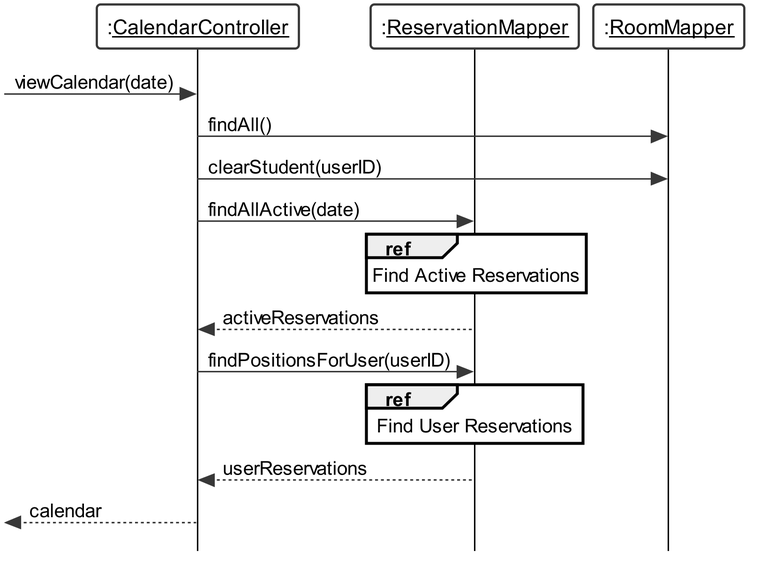
This is Documentation/plantuml/SD_UC03.png from wolfcall/Tyrell-Corp, a PlantUML export, as it was before one commit.
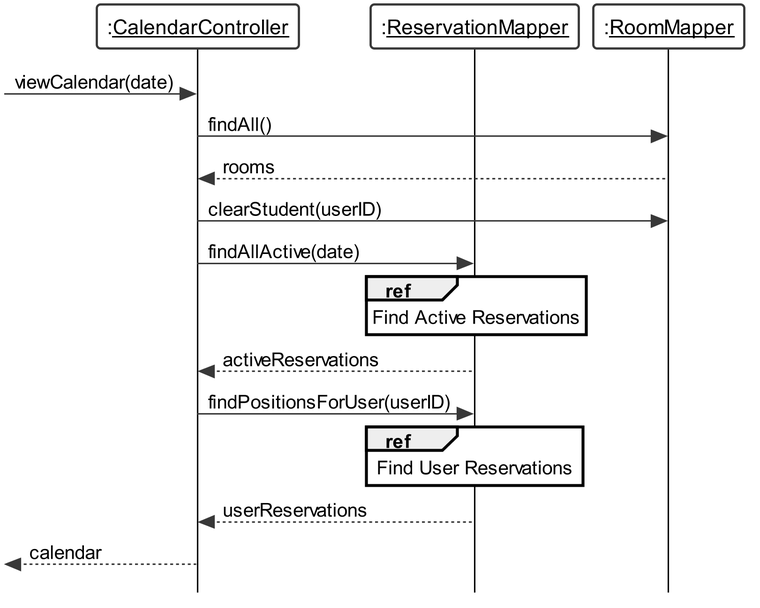
After the commit.

What changed in the source:
```diff
@@ -32,11 +32,11 @@
 [-> cController: viewCalendar(date)
 
 cController -> roMapper : findAll()
+roMapper --> cController : rooms
 cController -> roMapper : clearStudent(userID)
 
 cController -> rMapper : findAllActive(date)
 ref over rMapper : Find Active Reservations
-
 rMapper --> cController : activeReservations
 
 cController -> rMapper :  findPositionsForUser(userID)
```
